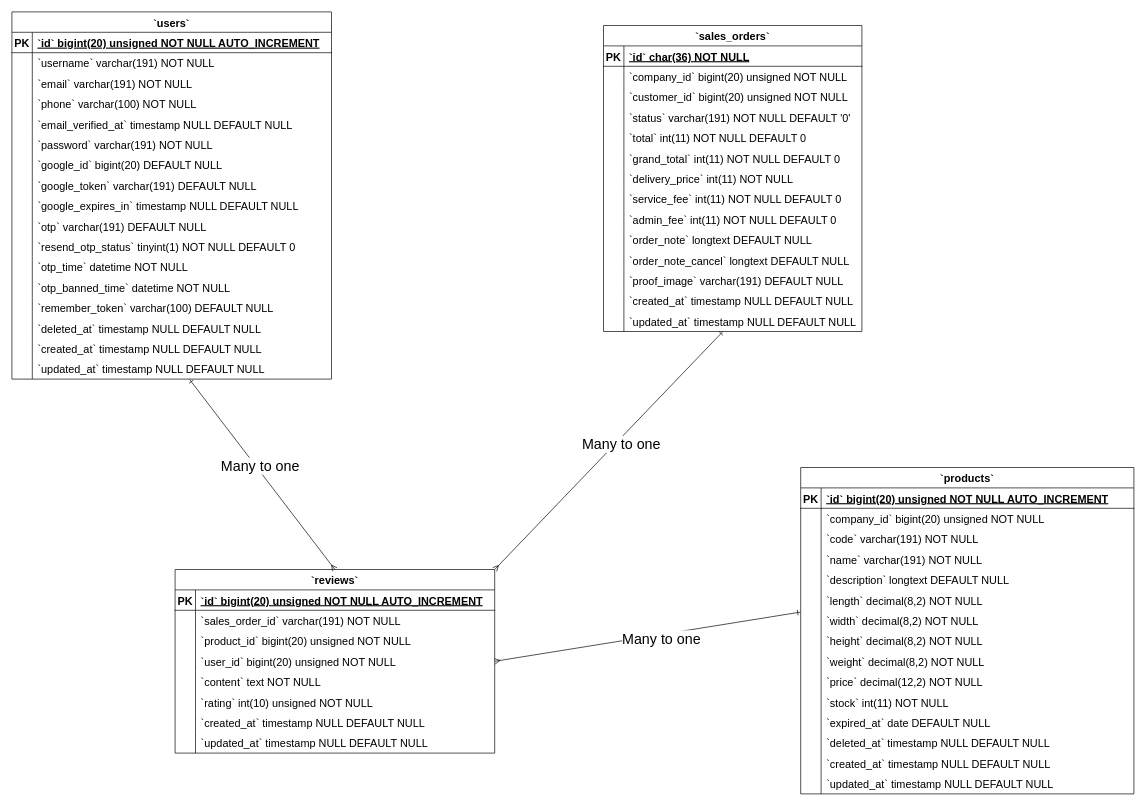
The draw.io diagram Reviews ERD Diagram.drawio in Simasco/diagram, before the edit. Source tidied: cells renumbered, new cells numbered last; positions are measured from the earlier drawing's top-left corner, leaving out a move shared by most shapes. Both pictures are drawn from the tidied source at 68%, with x=0, y=0 at pixel (12, 12).
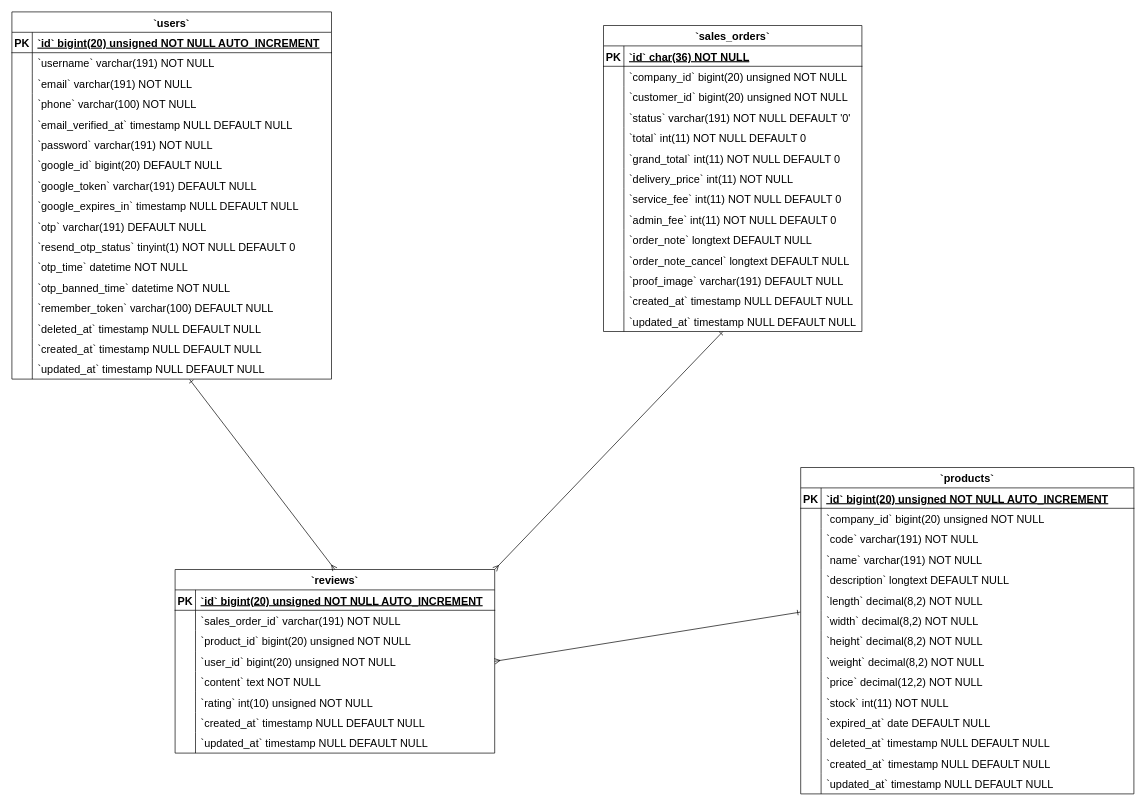
The same diagram, later.

Unchanged cells that the change refers to:
```xml
<mxCell id="168" style="fontSize=12;html=1;endArrow=ERmany;rounded=0;exitX=0.556;exitY=1.018;exitDx=0;exitDy=0;exitPerimeter=0;entryX=0.5;entryY=0;entryDx=0;entryDy=0;endFill=0;startArrow=ERone;startFill=0;" parent="1" edge="1" source="51" target="54">
  <mxGeometry relative="1" as="geometry" />
</mxCell>
<mxCell id="170" style="fontSize=12;html=1;endArrow=ERmany;rounded=0;entryX=1;entryY=0;entryDx=0;entryDy=0;endFill=0;startArrow=ERone;startFill=0;" parent="1" edge="1" source="165" target="54">
  <mxGeometry relative="1" as="geometry" />
</mxCell>
<mxCell id="172" style="fontSize=12;html=1;endArrow=ERmany;rounded=0;entryX=1;entryY=0.5;entryDx=0;entryDy=0;exitX=-0.001;exitY=1.089;exitDx=0;exitDy=0;exitPerimeter=0;startArrow=ERone;startFill=0;endFill=0;" parent="1" edge="1" source="95" target="64">
  <mxGeometry relative="1" as="geometry" />
</mxCell>
```

Diff of the diagram source:
```diff
@@
-    <mxCell id="169" value="Many to one" style="edgeLabel;html=1;align=center;verticalAlign=middle;fontSize=21;" parent="168" vertex="1">
-      <mxGeometry x="-0.08" y="5" relative="1" as="geometry">
-        <mxPoint x="1" y="1" as="offset" />
-      </mxGeometry>
-    </mxCell>
@@
-    <mxCell id="171" value="Many to one" style="edgeLabel;html=1;align=center;verticalAlign=middle;fontSize=21;" parent="170" vertex="1">
-      <mxGeometry x="-0.08" y="5" relative="1" as="geometry">
-        <mxPoint x="1" y="1" as="offset" />
-      </mxGeometry>
-    </mxCell>
@@
-    <mxCell id="173" value="Many to one" style="edgeLabel;html=1;align=center;verticalAlign=middle;fontSize=21;" parent="172" vertex="1">
-      <mxGeometry x="-0.08" y="5" relative="1" as="geometry">
-        <mxPoint x="1" y="1" as="offset" />
-      </mxGeometry>
-    </mxCell>
```
